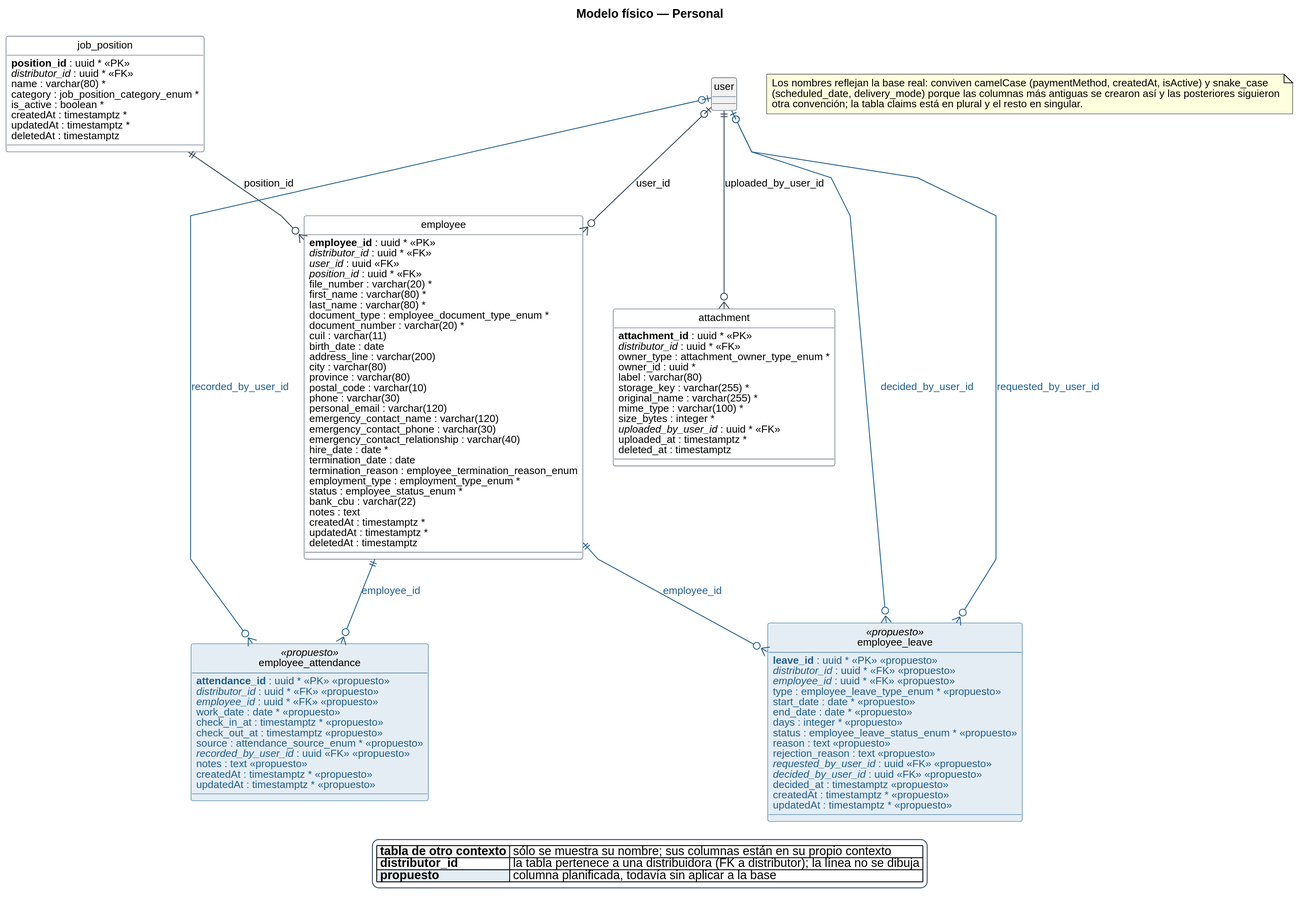
The PlantUML diagram diagramas/base-de-datos/fisico/SPLG-fisico-09-personal.svg in Nahuelito-Dev/splg-docs, before a commit.
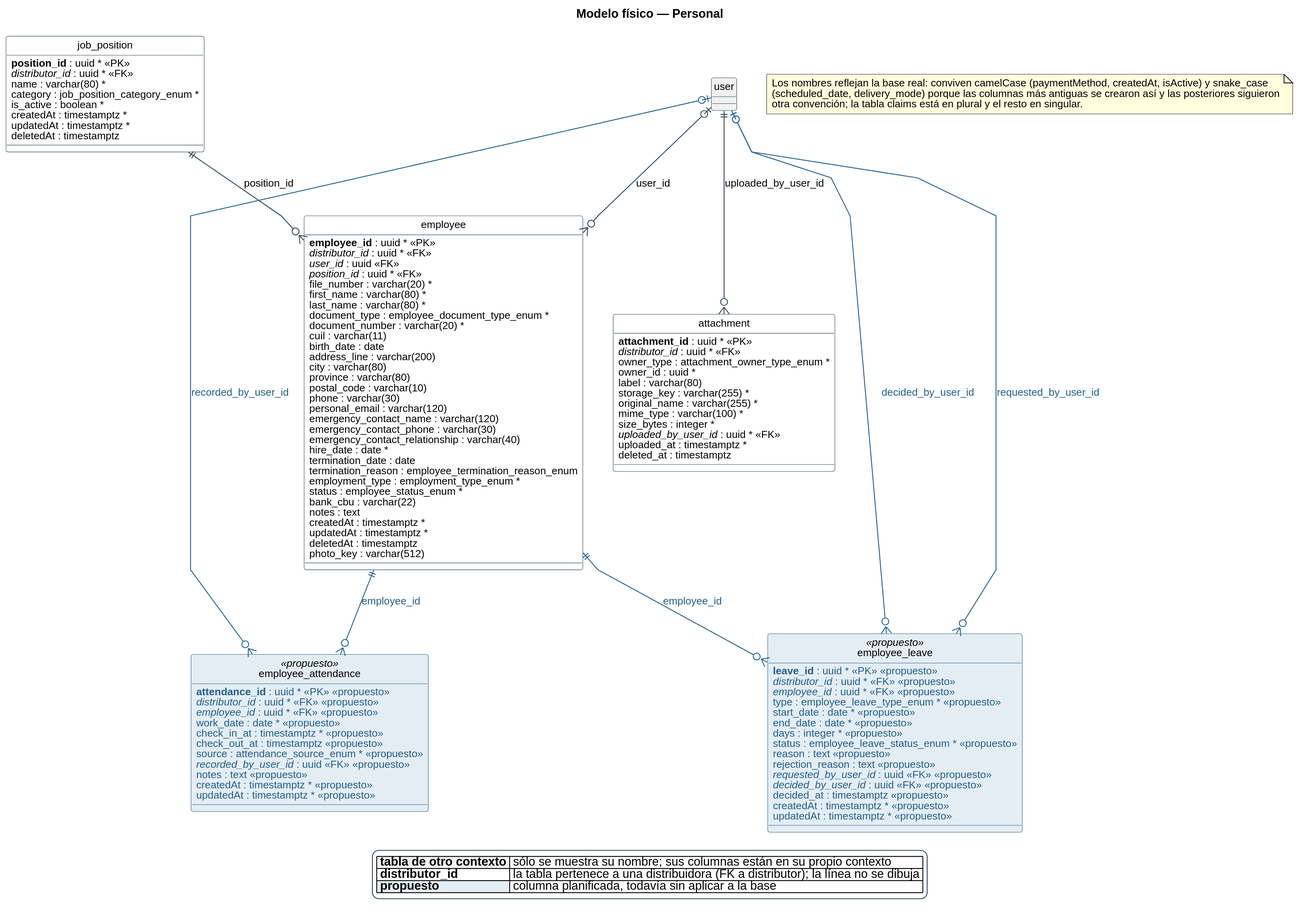
The same file after the commit.

Diff of the diagram source:
```diff
@@ -85,6 +85,7 @@
   {field} createdAt : timestamptz *
   {field} updatedAt : timestamptz *
   {field} deletedAt : timestamptz
+  {field} photo_key : varchar(512)
 }
 entity "employee_attendance" as e_employee_attendance <<propuesto>> {
   {field} <color:#1F5E8C>**attendance_id** : uuid * <<PK>> <<propuesto>></color>
```
